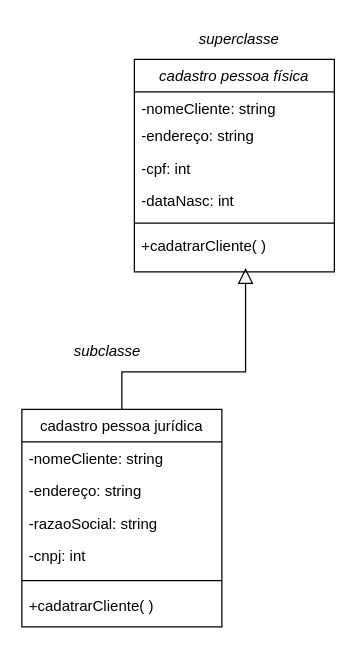
Earlier version of the draw.io diagram cadastroPF_PJ.drawio (mauriciocntr/mauricio.cantuaria). Source tidied: cells renumbered, new cells numbered last; positions are measured from the earlier drawing's top-left corner, leaving out a move shared by most shapes. Both pictures are drawn from the tidied source at 125%, with x=0, y=0 at pixel (21, 21).
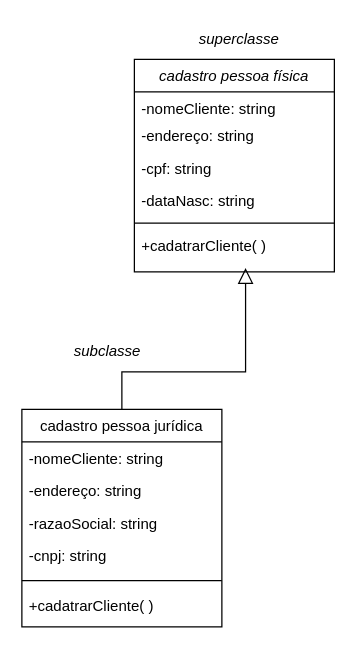
The same page after the edit.

Unchanged cells that the change refers to:
```xml
<mxCell id="2" value="cadastro pessoa física" style="swimlane;fontStyle=2;align=center;verticalAlign=top;horizontal=1;startSize=26;rounded=0;shadow=0;strokeWidth=1;" parent="1" vertex="1">
  <mxGeometry x="90" y="30" width="160" height="170" as="geometry" />
</mxCell>
<mxCell id="9" value="cadastro pessoa jurídica" style="swimlane;fontStyle=0;align=center;verticalAlign=top;horizontal=1;startSize=26;rounded=0;shadow=0;strokeWidth=1;" parent="1" vertex="1">
  <mxGeometry y="310" width="160" height="174" as="geometry" />
</mxCell>
```

What changed in the source:
```diff
@@
-    <mxCell id="5" value="-cpf: int" style="text;align=left;verticalAlign=top;spacingLeft=4;spacingRight=4;overflow=hidden;rounded=0;shadow=0;html=0;" parent="2" vertex="1">
+    <mxCell id="5" value="-cpf: string" style="text;align=left;verticalAlign=top;spacingLeft=4;spacingRight=4;overflow=hidden;rounded=0;shadow=0;html=0;" parent="2" vertex="1">
       <mxGeometry y="74" width="160" height="26" as="geometry" />
     </mxCell>
-    <mxCell id="6" value="-dataNasc: int" style="text;align=left;verticalAlign=top;spacingLeft=4;spacingRight=4;overflow=hidden;" parent="2" vertex="1">
+    <mxCell id="6" value="-dataNasc: string" style="text;align=left;verticalAlign=top;spacingLeft=4;spacingRight=4;overflow=hidden;" parent="2" vertex="1">
       <mxGeometry y="100" width="160" height="26" as="geometry" />
     </mxCell>
@@
-    <mxCell id="13" value="-cnpj: int" style="text;align=left;verticalAlign=top;spacingLeft=4;spacingRight=4;overflow=hidden;rounded=0;shadow=0;html=0;" parent="9" vertex="1">
+    <mxCell id="13" value="-cnpj: string" style="text;align=left;verticalAlign=top;spacingLeft=4;spacingRight=4;overflow=hidden;rounded=0;shadow=0;html=0;" parent="9" vertex="1">
       <mxGeometry y="104" width="160" height="26" as="geometry" />
     </mxCell>
```
